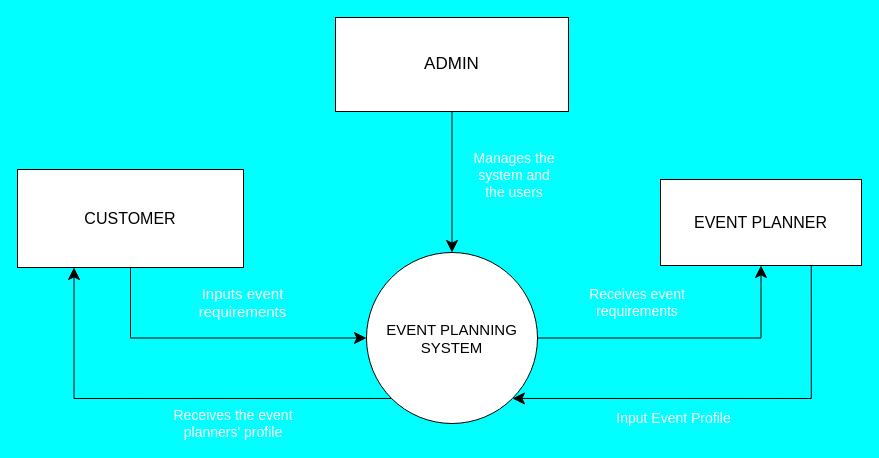
Earlier version of the draw.io diagram page "Page-2" (2 of 9) of Untitled Diagram.drawio (Thuo001/ISProposal). Source tidied: cells renumbered, new cells numbered last; positions are measured from the earlier drawing's top-left corner, leaving out a move shared by most shapes. Both pictures are drawn from the tidied source at 100%, with x=0, y=0 at pixel (17, 17).
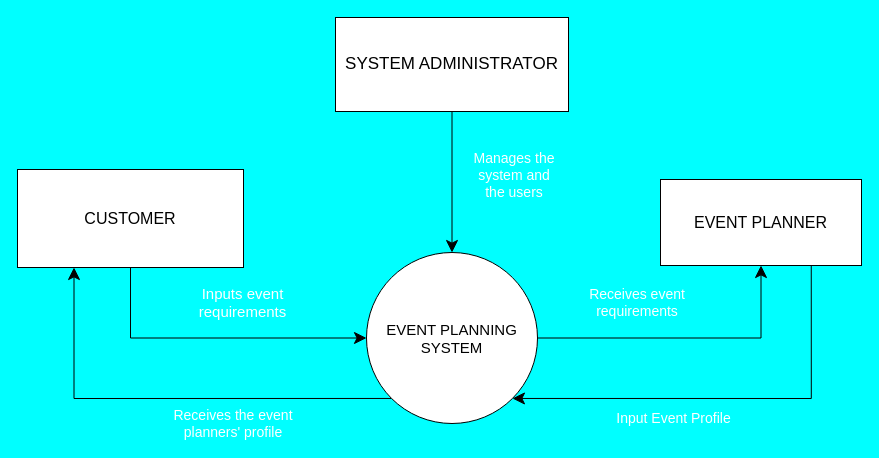
After the change.

What changed in the source:
```diff
@@
 <mxGraphModel background="#00FFFF">
   <root>
     <mxCell id="0" />
     <mxCell id="1" parent="0" />
     <mxCell id="2" style="edgeStyle=orthogonalEdgeStyle;rounded=0;jettySize=auto;html=1;exitX=1;exitY=0.5;exitDx=0;exitDy=0;entryX=0.5;entryY=1;entryDx=0;entryDy=0;endSize=10;startSize=10;" parent="1" edge="1" source="4" target="8">
       <mxGeometry relative="1" as="geometry" />
     </mxCell>
     <mxCell id="3" style="edgeStyle=orthogonalEdgeStyle;rounded=0;jettySize=auto;html=1;exitX=0;exitY=1;exitDx=0;exitDy=0;entryX=0.25;entryY=1;entryDx=0;entryDy=0;endSize=10;startSize=10;" parent="1" edge="1" source="4" target="10">
       <mxGeometry relative="1" as="geometry" />
     </mxCell>
     <mxCell id="4" value="&lt;font style=&quot;font-size: 15px;&quot;&gt;EVENT PLANNING SYSTEM&lt;/font&gt;" style="ellipse;whiteSpace=wrap;html=1;" parent="1" vertex="1">
       <mxGeometry x="349" y="235" width="171" height="171" as="geometry" />
     </mxCell>
     <mxCell id="5" style="edgeStyle=orthogonalEdgeStyle;rounded=0;jettySize=auto;html=1;exitX=0.5;exitY=1;exitDx=0;exitDy=0;endSize=10;startSize=10;" parent="1" edge="1" source="6" target="4">
       <mxGeometry relative="1" as="geometry" />
     </mxCell>
-    <mxCell id="6" value="&lt;font style=&quot;font-size: 17px;&quot;&gt;ADMIN&lt;/font&gt;" style="rounded=0;whiteSpace=wrap;html=1;" parent="1" vertex="1">
+    <mxCell id="6" value="&lt;span style=&quot;font-size: 17px;&quot;&gt;SYSTEM ADMINISTRATOR&lt;/span&gt;" style="rounded=0;whiteSpace=wrap;html=1;" parent="1" vertex="1">
       <mxGeometry x="318" width="233" height="94" as="geometry" />
     </mxCell>
     <mxCell id="7" style="edgeStyle=orthogonalEdgeStyle;rounded=0;jettySize=auto;html=1;exitX=0.75;exitY=1;exitDx=0;exitDy=0;entryX=1;entryY=1;entryDx=0;entryDy=0;endSize=10;startSize=10;" parent="1" edge="1" source="8" target="4">
       <mxGeometry relative="1" as="geometry" />
     </mxCell>
     <mxCell id="8" value="&lt;font style=&quot;font-size: 16px;&quot;&gt;EVENT PLANNER&lt;/font&gt;" style="rounded=0;whiteSpace=wrap;html=1;" parent="1" vertex="1">
       <mxGeometry x="643" y="162" width="201" height="86" as="geometry" />
     </mxCell>
     <mxCell id="9" style="edgeStyle=orthogonalEdgeStyle;rounded=0;jettySize=auto;html=1;exitX=0.5;exitY=1;exitDx=0;exitDy=0;entryX=0;entryY=0.5;entryDx=0;entryDy=0;endSize=10;startSize=10;" parent="1" edge="1" source="10" target="4">
       <mxGeometry relative="1" as="geometry" />
     </mxCell>
     <mxCell id="10" value="&lt;font style=&quot;font-size: 16px;&quot;&gt;CUSTOMER&lt;/font&gt;" style="rounded=0;whiteSpace=wrap;html=1;" parent="1" vertex="1">
       <mxGeometry y="152" width="226" height="98" as="geometry" />
     </mxCell>
     <mxCell id="11" value="&lt;font color=&quot;#ffffff&quot; style=&quot;font-size: 15px;&quot;&gt;Inputs event requirements&lt;/font&gt;" style="text;html=1;strokeColor=none;fillColor=none;align=center;verticalAlign=middle;whiteSpace=wrap;rounded=0;" parent="1" vertex="1">
       <mxGeometry x="164" y="270" width="123" height="30" as="geometry" />
     </mxCell>
     <mxCell id="12" value="&lt;font color=&quot;#ffffff&quot; style=&quot;font-size: 14px;&quot;&gt;Manages the system and the users&lt;/font&gt;" style="text;html=1;strokeColor=none;fillColor=none;align=center;verticalAlign=middle;whiteSpace=wrap;rounded=0;" parent="1" vertex="1">
       <mxGeometry x="449" y="143" width="96" height="30" as="geometry" />
     </mxCell>
     <mxCell id="13" value="&lt;font style=&quot;font-size: 14px;&quot; color=&quot;#ffffff&quot;&gt;Receives event requirements&lt;/font&gt;" style="text;html=1;strokeColor=none;fillColor=none;align=center;verticalAlign=middle;whiteSpace=wrap;rounded=0;" parent="1" vertex="1">
       <mxGeometry x="570" y="270" width="100" height="30" as="geometry" />
     </mxCell>
     <mxCell id="14" value="&lt;font color=&quot;#ffffff&quot; style=&quot;font-size: 14px;&quot;&gt;Input Event Profile&lt;/font&gt;" style="text;html=1;strokeColor=none;fillColor=none;align=center;verticalAlign=middle;whiteSpace=wrap;rounded=0;" parent="1" vertex="1">
       <mxGeometry x="586" y="386" width="141" height="30" as="geometry" />
     </mxCell>
     <mxCell id="15" value="&lt;font color=&quot;#ffffff&quot; style=&quot;&quot;&gt;&lt;span style=&quot;font-size: 14px;&quot;&gt;Receives&amp;nbsp;the event planners' profile&lt;/span&gt;&lt;/font&gt;" style="text;html=1;strokeColor=none;fillColor=none;align=center;verticalAlign=middle;whiteSpace=wrap;rounded=0;" parent="1" vertex="1">
       <mxGeometry x="149" y="391" width="134" height="30" as="geometry" />
     </mxCell>
   </root>
 </mxGraphModel>
```
